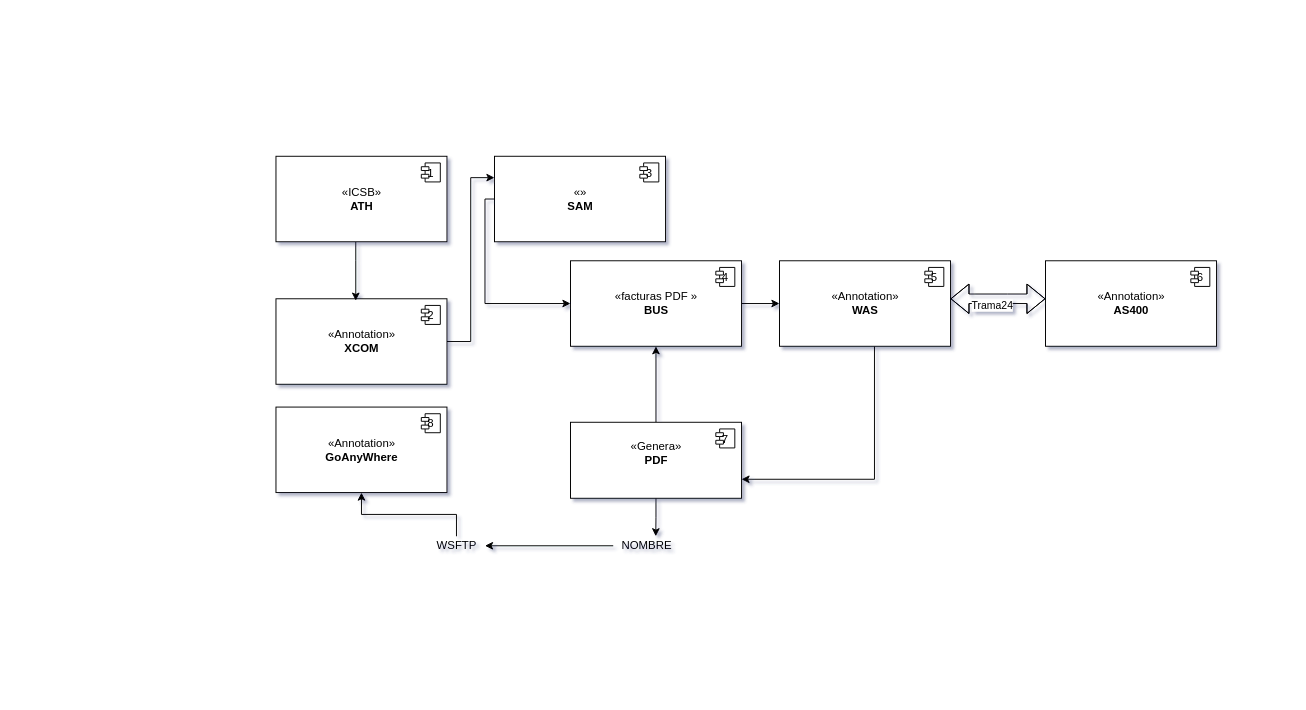
The draw.io diagram Untitled Diagram.drawio in jlsystem-ux/jlsystem-ux, before the edit. Source tidied: cells renumbered, new cells numbered last; positions are measured from the earlier drawing's top-left corner, leaving out a move shared by most shapes. Both pictures are drawn from the tidied source at 95%, with x=0, y=0 at pixel (276, 156).
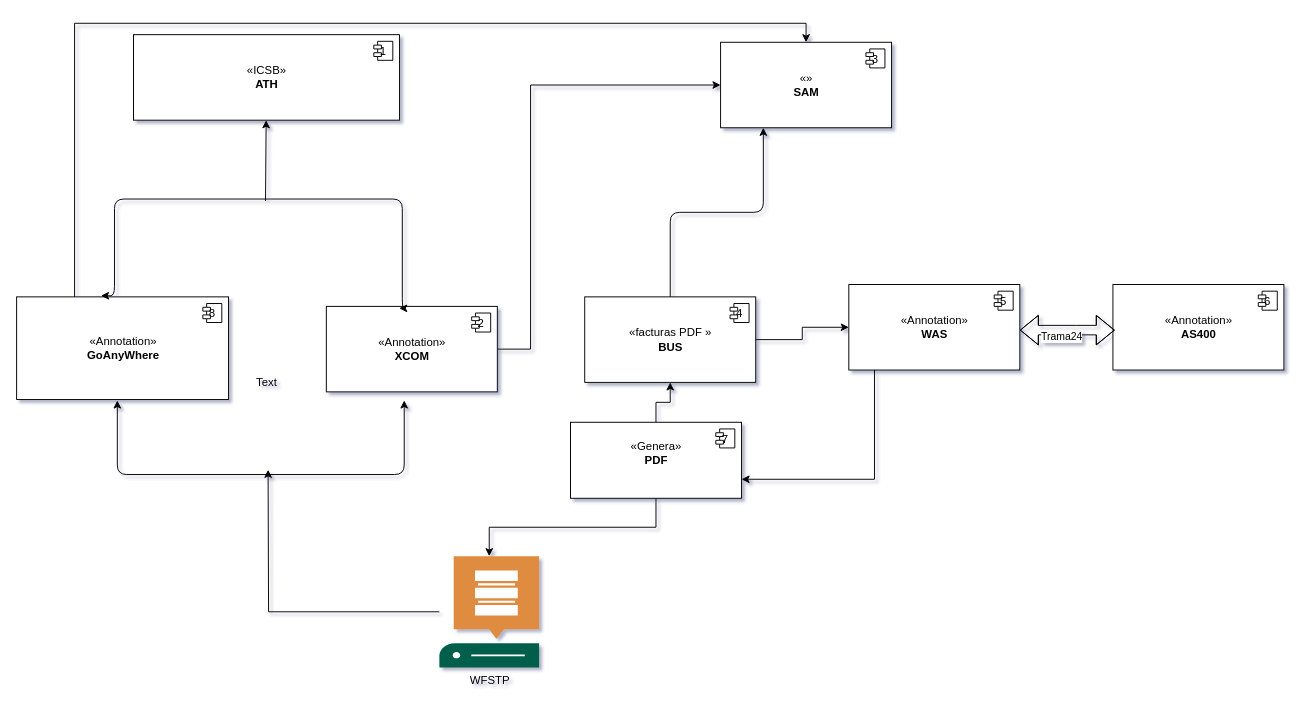
After the change.

Commit message:
saldos leasing

The change refers to these unchanged cells:
```xml
<mxCell id="7" value="«Genera»&lt;br&gt;&lt;b&gt;PDF&lt;br&gt;&lt;br&gt;&lt;/b&gt;" style="html=1;" parent="1" vertex="1">
  <mxGeometry x="310" y="280" width="180" height="80" as="geometry" />
</mxCell>
```

What changed in the source:
```diff
@@
-    <mxCell id="2" style="edgeStyle=orthogonalEdgeStyle;rounded=0;jettySize=auto;html=1;entryX=0;entryY=0.25;entryDx=0;entryDy=0;" parent="1" edge="1" source="3" target="18">
-      <mxGeometry relative="1" as="geometry" />
+    <mxCell id="2" style="edgeStyle=orthogonalEdgeStyle;rounded=0;jettySize=auto;html=1;entryX=0;entryY=0.5;entryDx=0;entryDy=0;" parent="1" edge="1" source="3" target="18">
+      <mxGeometry relative="1" as="geometry">
+        <Array as="points">
+          <mxPoint x="268" y="203" />
+          <mxPoint x="268" y="-75" />
+        </Array>
+      </mxGeometry>
     </mxCell>
     <mxCell id="3" value="«Annotation»&lt;br&gt;&lt;b&gt;XCOM&lt;/b&gt;" style="html=1;" parent="1" vertex="1">
-      <mxGeometry y="150" width="180" height="90" as="geometry" />
+      <mxGeometry x="53" y="158" width="180" height="90" as="geometry" />
     </mxCell>
@@
-    <mxCell id="6" style="edgeStyle=orthogonalEdgeStyle;rounded=0;jettySize=auto;html=1;exitX=0.5;exitY=1;exitDx=0;exitDy=0;" parent="1" edge="1" source="7">
-      <mxGeometry relative="1" as="geometry">
-        <mxPoint x="399.8" y="400" as="targetPoint" />
-      </mxGeometry>
+    <mxCell id="6" style="edgeStyle=orthogonalEdgeStyle;rounded=0;jettySize=auto;html=1;exitX=0.5;exitY=1;exitDx=0;exitDy=0;" parent="1" edge="1" source="7" target="38">
+      <mxGeometry relative="1" as="geometry" />
     </mxCell>
@@
+    <mxCell id="31" style="edgeStyle=orthogonalEdgeStyle;rounded=1;jettySize=auto;html=1;entryX=0.25;entryY=1;entryDx=0;entryDy=0;" parent="1" edge="1" source="10" target="18">
+      <mxGeometry relative="1" as="geometry" />
+    </mxCell>
     <mxCell id="10" value="«facturas PDF »&lt;br&gt;&lt;b&gt;BUS&lt;/b&gt;" style="html=1;" parent="1" vertex="1">
-      <mxGeometry x="310" y="110" width="180" height="90" as="geometry" />
+      <mxGeometry x="325" y="148" width="180" height="90" as="geometry" />
     </mxCell>
@@
-    <mxCell id="12" style="edgeStyle=orthogonalEdgeStyle;rounded=0;jettySize=auto;html=1;" parent="1" edge="1" source="13">
-      <mxGeometry relative="1" as="geometry">
-        <mxPoint x="84" y="152" as="targetPoint" />
-        <Array as="points">
-          <mxPoint x="84" y="110" />
-          <mxPoint x="84" y="110" />
-        </Array>
-      </mxGeometry>
-    </mxCell>
     <mxCell id="13" value="«ICSB»&lt;br&gt;&lt;b&gt;ATH&lt;/b&gt;" style="html=1;" parent="1" vertex="1">
-      <mxGeometry width="180" height="90" as="geometry" />
+      <mxGeometry x="-150" y="-128" width="280" height="90" as="geometry" />
     </mxCell>
@@
+    <mxCell id="32" style="edgeStyle=orthogonalEdgeStyle;rounded=0;jettySize=auto;html=1;entryX=0.5;entryY=0;entryDx=0;entryDy=0;" parent="1" edge="1" source="15" target="18">
+      <mxGeometry relative="1" as="geometry">
+        <Array as="points">
+          <mxPoint x="-212" y="-140" />
+          <mxPoint x="558" y="-140" />
+        </Array>
+      </mxGeometry>
+    </mxCell>
     <mxCell id="15" value="«Annotation»&lt;br&gt;&lt;b&gt;GoAnyWhere&lt;/b&gt;" style="html=1;" parent="1" vertex="1">
-      <mxGeometry y="264" width="180" height="90" as="geometry" />
+      <mxGeometry x="-273" y="148" width="223" height="108" as="geometry" />
     </mxCell>
@@
-    <mxCell id="17" style="edgeStyle=orthogonalEdgeStyle;rounded=0;jettySize=auto;html=1;exitX=0;exitY=0.5;exitDx=0;exitDy=0;entryX=0;entryY=0.5;entryDx=0;entryDy=0;" parent="1" edge="1" source="18" target="10">
-      <mxGeometry relative="1" as="geometry">
-        <Array as="points">
-          <mxPoint x="220" y="45" />
-          <mxPoint x="220" y="155" />
-        </Array>
-      </mxGeometry>
-    </mxCell>
     <mxCell id="18" value="«»&lt;br&gt;&lt;b&gt;SAM&lt;/b&gt;" style="html=1;" parent="1" vertex="1">
-      <mxGeometry x="230" width="180" height="90" as="geometry" />
+      <mxGeometry x="468" y="-120" width="180" height="90" as="geometry" />
     </mxCell>
@@
     <mxCell id="21" value="«Annotation»&lt;br&gt;&lt;b&gt;WAS&lt;/b&gt;" style="html=1;" parent="1" vertex="1">
-      <mxGeometry x="530" y="110" width="180" height="90" as="geometry" />
+      <mxGeometry x="603" y="135" width="180" height="90" as="geometry" />
     </mxCell>
@@
     <mxCell id="23" value="«Annotation»&lt;br&gt;&lt;b&gt;AS400&lt;/b&gt;" style="html=1;" parent="1" vertex="1">
-      <mxGeometry x="810" y="110" width="180" height="90" as="geometry" />
+      <mxGeometry x="881" y="135" width="180" height="90" as="geometry" />
     </mxCell>
@@
     <mxCell id="25" style="shape=flexArrow;endArrow=classic;startArrow=classic;html=1;" parent="1" edge="1">
       <mxGeometry relative="1" as="geometry">
-        <mxPoint x="710" y="150" as="sourcePoint" />
-        <mxPoint x="810" y="150" as="targetPoint" />
+        <mxPoint x="783" y="183" as="sourcePoint" />
+        <mxPoint x="883" y="183" as="targetPoint" />
         <Array as="points">
-          <mxPoint x="770" y="150" />
+          <mxPoint x="843" y="183" />
         </Array>
       </mxGeometry>
     </mxCell>
@@
-    <mxCell id="27" style="edgeStyle=orthogonalEdgeStyle;rounded=0;jettySize=auto;html=1;" parent="1" edge="1" source="28" target="30">
-      <mxGeometry relative="1" as="geometry" />
-    </mxCell>
-    <mxCell id="28" value="NOMBRE" style="text;html=1;align=center;verticalAlign=middle;points=[];strokeColor=none;" parent="1" vertex="1">
-      <mxGeometry x="355" y="400" width="70" height="20" as="geometry" />
-    </mxCell>
-    <mxCell id="29" style="edgeStyle=orthogonalEdgeStyle;rounded=0;jettySize=auto;html=1;entryX=0.5;entryY=1;entryDx=0;entryDy=0;" parent="1" edge="1" source="30" target="15">
-      <mxGeometry relative="1" as="geometry" />
-    </mxCell>
-    <mxCell id="30" value="WSFTP&lt;br&gt;" style="text;html=1;align=center;verticalAlign=middle;points=[];strokeColor=none;" parent="1" vertex="1">
-      <mxGeometry x="160" y="400" width="60" height="20" as="geometry" />
-    </mxCell>
+    <mxCell id="33" value="Text" style="text;html=1;align=center;verticalAlign=middle;strokeColor=none;" parent="1" vertex="1">
+      <mxGeometry x="-30" y="228" width="40" height="20" as="geometry" />
+    </mxCell>
+    <mxCell id="34" style="endArrow=classic;startArrow=classic;html=1;edgeStyle=orthogonalEdgeStyle;" parent="1" edge="1">
+      <mxGeometry relative="1" as="geometry">
+        <mxPoint x="135" y="257" as="sourcePoint" />
+        <mxPoint x="-167" y="257" as="targetPoint" />
+        <Array as="points">
+          <mxPoint x="135" y="335" />
+          <mxPoint x="-167" y="335" />
+        </Array>
+      </mxGeometry>
+    </mxCell>
+    <mxCell id="35" style="endArrow=classic;startArrow=classic;html=1;rounded=1;entryX=0.398;entryY=-0.011;entryDx=0;entryDy=0;entryPerimeter=0;edgeStyle=orthogonalEdgeStyle;exitX=0.426;exitY=0.022;exitDx=0;exitDy=0;exitPerimeter=0;" parent="1" edge="1" source="3" target="15">
+      <mxGeometry relative="1" as="geometry">
+        <Array as="points">
+          <mxPoint x="133" y="160" />
+          <mxPoint x="133" y="45" />
+          <mxPoint x="-170" y="45" />
+        </Array>
+      </mxGeometry>
+    </mxCell>
+    <mxCell id="36" style="endArrow=classic;html=1;" parent="1" edge="1" target="13">
+      <mxGeometry relative="1" as="geometry">
+        <mxPoint x="-11" y="47" as="sourcePoint" />
+      </mxGeometry>
+    </mxCell>
+    <mxCell id="37" style="edgeStyle=orthogonalEdgeStyle;rounded=0;jettySize=auto;html=1;" parent="1" edge="1" source="38">
+      <mxGeometry relative="1" as="geometry">
+        <mxPoint x="-8.3" y="330" as="targetPoint" />
+      </mxGeometry>
+    </mxCell>
+    <mxCell id="38" value="WFSTP" style="shadow=0;dashed=0;html=1;strokeColor=none;fillColor=#005F4B;labelPosition=center;verticalLabelPosition=bottom;verticalAlign=top;align=center;outlineConnect=0;shape=mxgraph.veeam2.repository_server;" parent="1" vertex="1">
+      <mxGeometry x="172" y="421" width="105" height="117" as="geometry" />
+    </mxCell>
```
